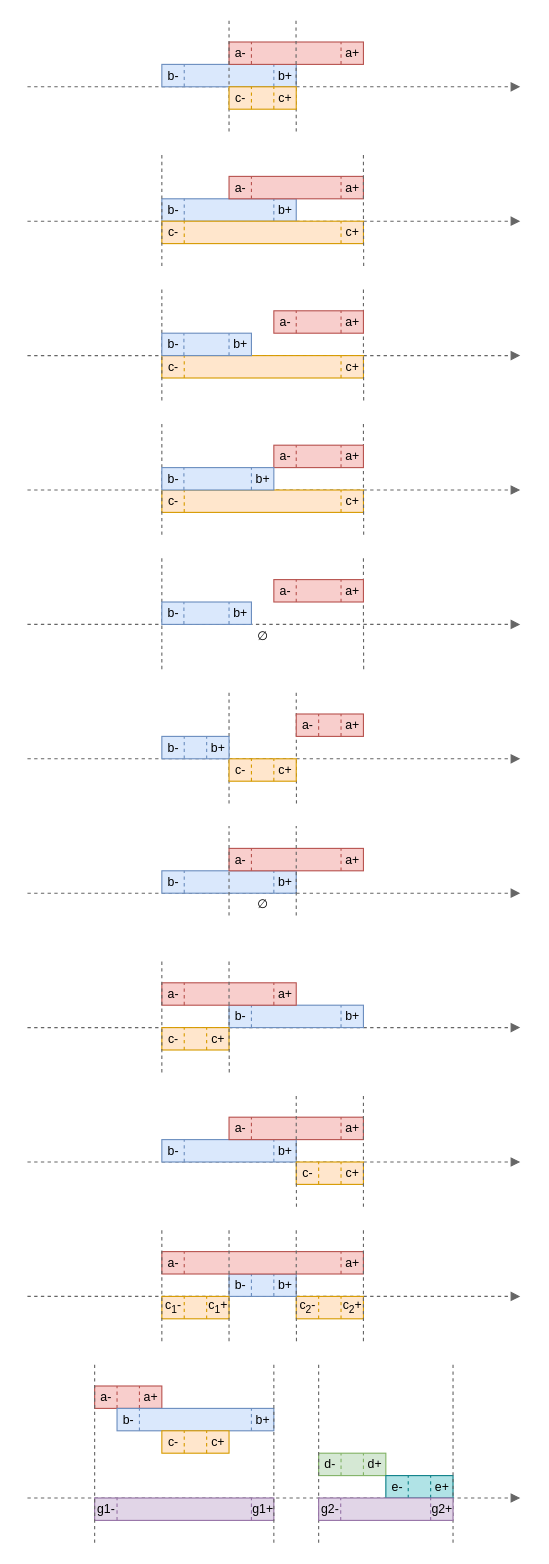
Earlier version of the draw.io diagram page "Algorithms" (5 of 7) of res/resources.drawio (gchudnov/mindthegap). Source tidied: cells renumbered, new cells numbered last; positions are measured from the earlier drawing's top-left corner, leaving out a move shared by most shapes. Both pictures are drawn from the tidied source at 112%, with x=0, y=0 at pixel (27, 19).
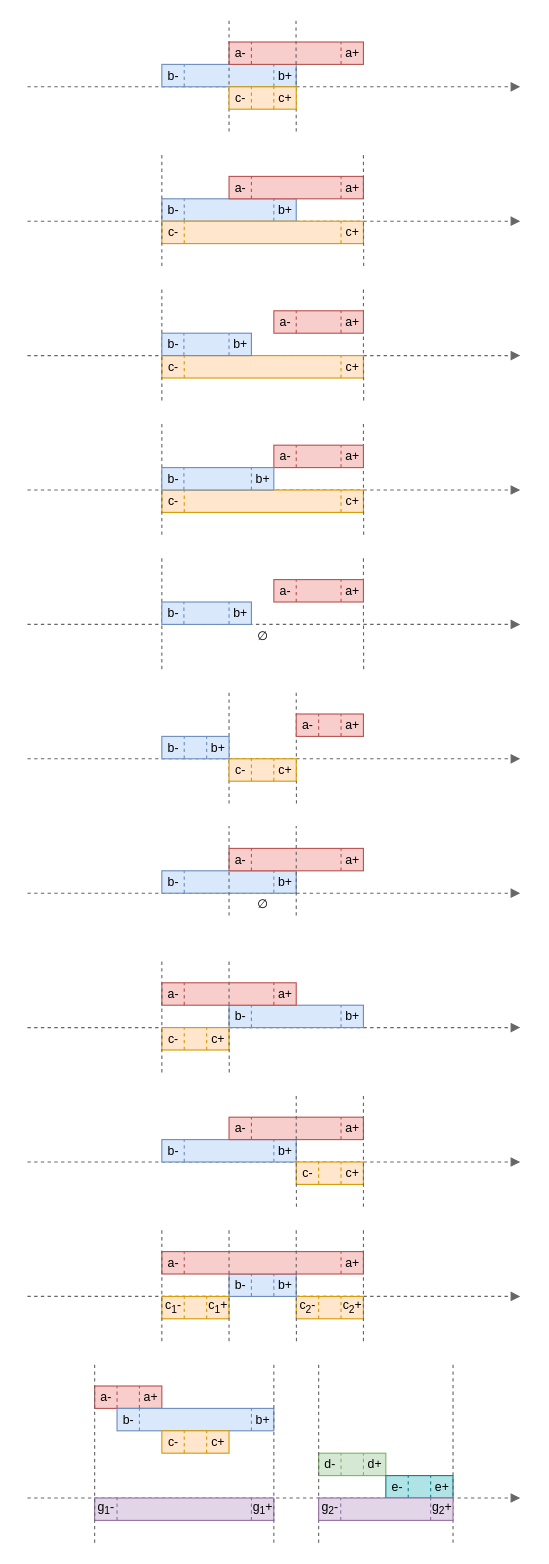
Above is the later version.

The change refers to these unchanged cells:
```xml
<mxCell id="213" style="group;" parent="1" vertex="1">
  <mxGeometry x="60" y="1320" width="160" height="20" as="geometry" />
</mxCell>
<mxCell id="247" style="group;" parent="1" vertex="1">
  <mxGeometry x="259.7" y="1320" width="120.3" height="20" as="geometry" />
</mxCell>
```

The edit, as a diff of the source:
```diff
@@
-    <mxCell id="215" value="&lt;p style=&quot;line-height: 1.2&quot;&gt;g1-&lt;/p&gt;" style="text;html=1;strokeColor=none;fillColor=none;align=center;verticalAlign=middle;rounded=0;fontSize=11;labelPosition=center;verticalLabelPosition=middle;horizontal=1;" parent="213" vertex="1">
+    <mxCell id="215" value="&lt;p style=&quot;line-height: 1.2&quot;&gt;g&lt;sub&gt;1&lt;/sub&gt;-&lt;/p&gt;" style="text;html=1;strokeColor=none;fillColor=none;align=center;verticalAlign=middle;rounded=0;fontSize=11;labelPosition=center;verticalLabelPosition=middle;horizontal=1;" parent="213" vertex="1">
       <mxGeometry width="20" height="20" as="geometry" />
     </mxCell>
-    <mxCell id="216" value="g1+" style="text;html=1;strokeColor=none;fillColor=none;align=center;verticalAlign=middle;rounded=0;fontSize=11;spacing=2;" parent="213" vertex="1">
+    <mxCell id="216" value="g&lt;sub&gt;1&lt;/sub&gt;+" style="text;html=1;strokeColor=none;fillColor=none;align=center;verticalAlign=middle;rounded=0;fontSize=11;spacing=2;" parent="213" vertex="1">
       <mxGeometry x="140" width="20" height="20" as="geometry" />
     </mxCell>
@@
-    <mxCell id="249" value="&lt;p style=&quot;line-height: 1.2&quot;&gt;g2-&lt;/p&gt;" style="text;html=1;strokeColor=none;fillColor=none;align=center;verticalAlign=middle;rounded=0;fontSize=11;labelPosition=center;verticalLabelPosition=middle;horizontal=1;" parent="247" vertex="1">
+    <mxCell id="249" value="&lt;p style=&quot;line-height: 1.2&quot;&gt;g&lt;sub&gt;2&lt;/sub&gt;-&lt;/p&gt;" style="text;html=1;strokeColor=none;fillColor=none;align=center;verticalAlign=middle;rounded=0;fontSize=11;labelPosition=center;verticalLabelPosition=middle;horizontal=1;" parent="247" vertex="1">
       <mxGeometry width="20" height="20" as="geometry" />
     </mxCell>
-    <mxCell id="250" value="g2+" style="text;html=1;strokeColor=none;fillColor=none;align=center;verticalAlign=middle;rounded=0;fontSize=11;spacing=2;" parent="247" vertex="1">
+    <mxCell id="250" value="g&lt;sub&gt;2&lt;/sub&gt;+" style="text;html=1;strokeColor=none;fillColor=none;align=center;verticalAlign=middle;rounded=0;fontSize=11;spacing=2;" parent="247" vertex="1">
       <mxGeometry x="100.3" width="20" height="20" as="geometry" />
     </mxCell>
```
